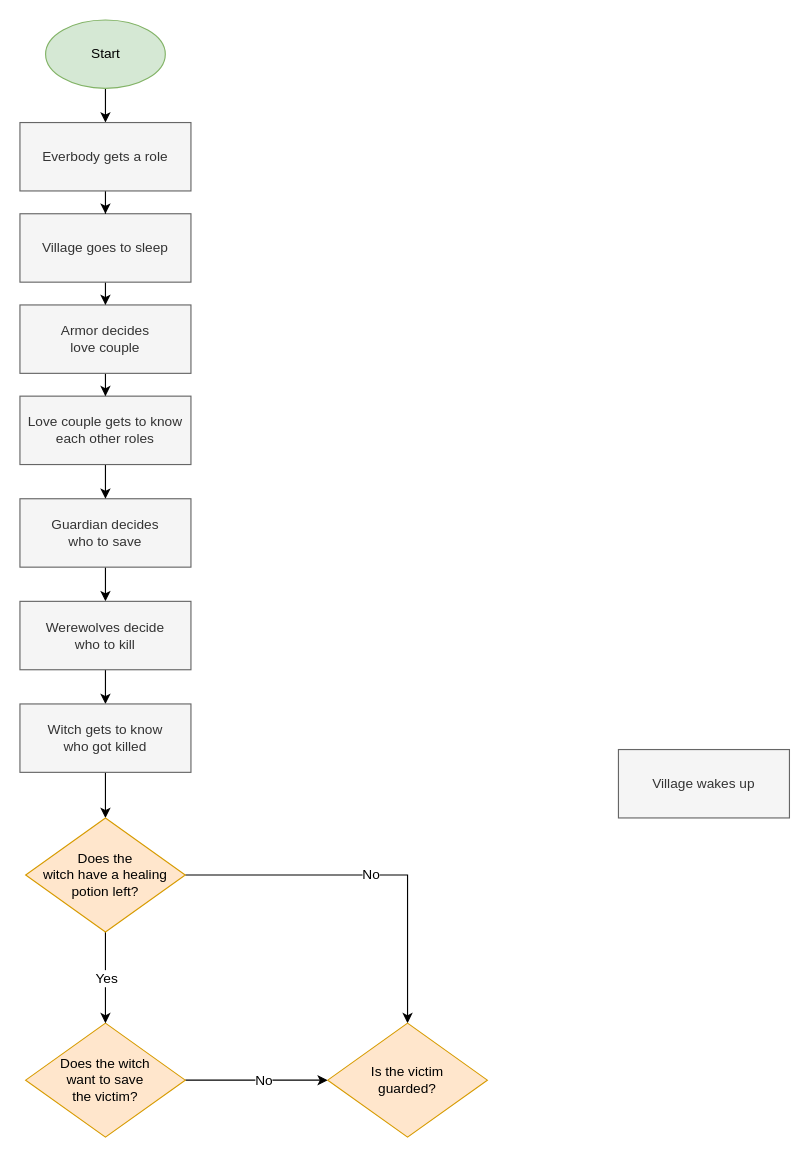
Above: Flowcharts/basic-flow.drawio in LuMayDo/Werewolf (draw.io), before the change. Source tidied: cells renumbered, new cells numbered last; positions are measured from the earlier drawing's top-left corner, leaving out a move shared by most shapes. Both pictures are drawn from the tidied source at 114%, with x=0, y=0 at pixel (19, 19).
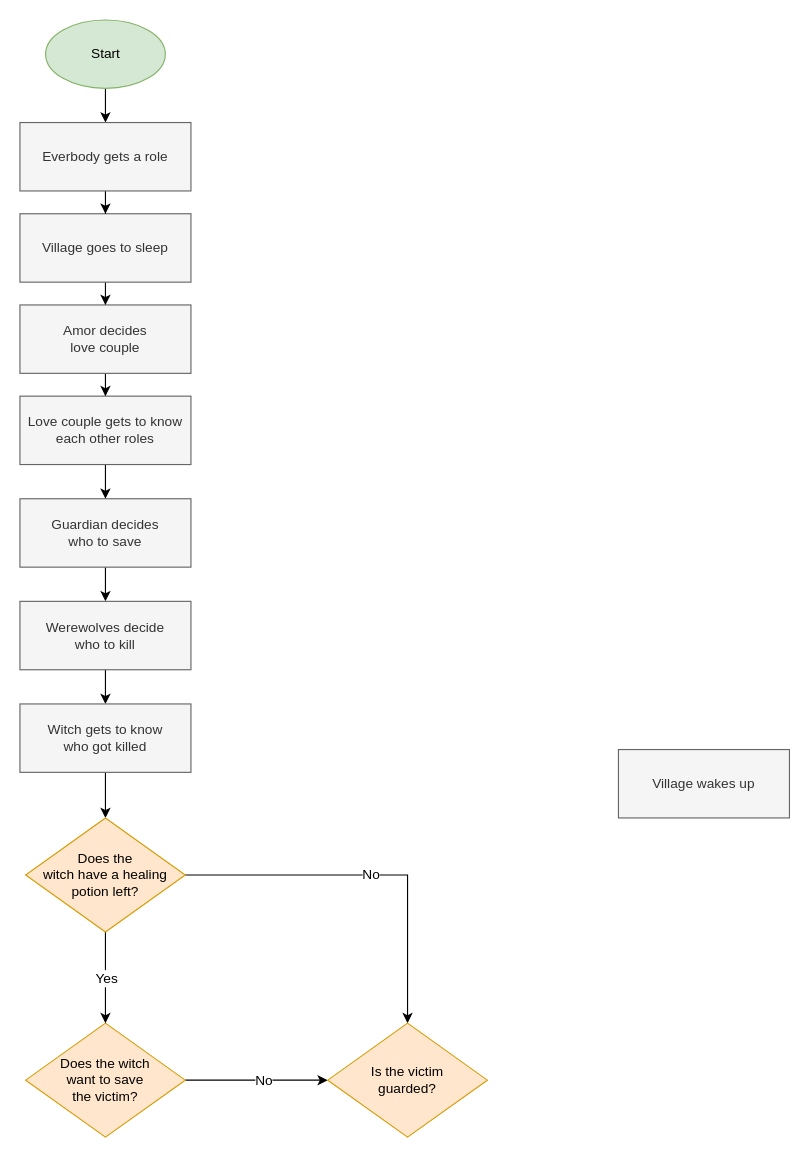
The same page after the edit.

The edit, as a diff of the source:
```diff
@@
-    <mxCell id="6" value="Armor decides &lt;br&gt;love couple" style="rounded=0;whiteSpace=wrap;html=1;fillColor=#f5f5f5;strokeColor=#666666;fontColor=#333333;" parent="1" vertex="1">
+    <mxCell id="6" value="Amor decides &lt;br&gt;love couple" style="rounded=0;whiteSpace=wrap;html=1;fillColor=#f5f5f5;strokeColor=#666666;fontColor=#333333;" parent="1" vertex="1">
       <mxGeometry y="250" width="150" height="60" as="geometry" />
     </mxCell>
```
